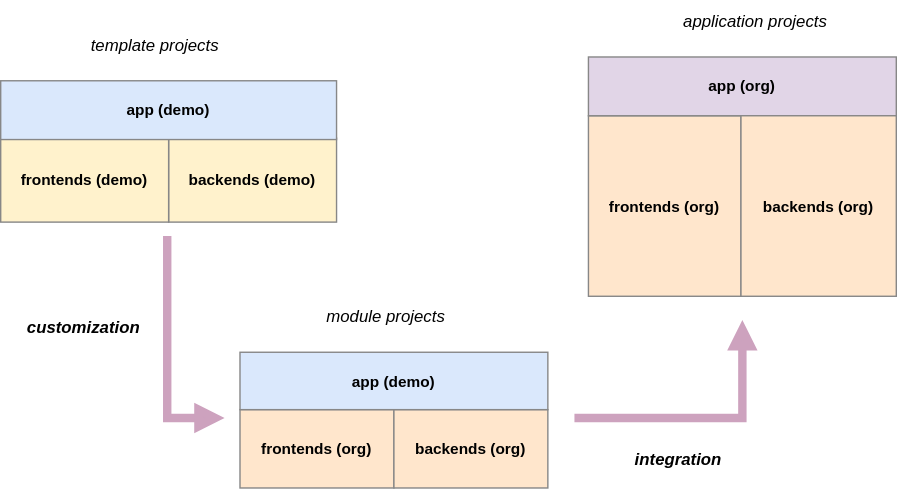
Above: docs/diagrams/pigal_development_cycle.drawio.svg in MalcomChumchouaPenda/Pigal-Flask (draw.io), before the change. Source tidied: cells renumbered, new cells last; positions are measured from the earlier drawing's top-left corner, leaving out a move shared by most shapes.
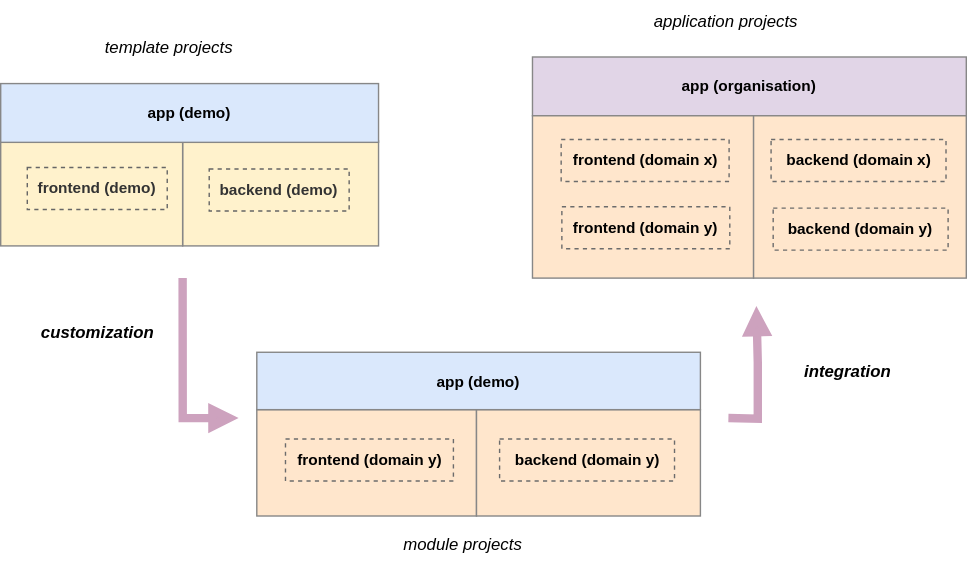
Above is the later version.

Change to the diagram source:
```diff
@@ -2,67 +2,86 @@
   <root>
     <mxCell id="0" />
     <mxCell id="1" parent="0" />
-    <mxCell id="2" value="backends (demo)" style="rounded=0;whiteSpace=wrap;html=1;fillColor=#fff2cc;strokeColor=#878787;fontStyle=1;fontSize=11;" parent="1" vertex="1">
-      <mxGeometry x="120" y="98" width="120" height="60" as="geometry" />
+    <mxCell id="2" style="rounded=0;whiteSpace=wrap;html=1;fillColor=#fff2cc;strokeColor=#878787;fontStyle=1;fontSize=11;" parent="1" vertex="1">
+      <mxGeometry x="120" y="100" width="140" height="75" as="geometry" />
     </mxCell>
-    <mxCell id="3" value="frontends (org)" style="rounded=0;whiteSpace=wrap;html=1;fillColor=#ffe6cc;strokeColor=#878787;fontStyle=1;fontSize=11;" parent="1" vertex="1">
-      <mxGeometry x="420" y="82" width="109" height="129" as="geometry" />
-    </mxCell>
-    <mxCell id="4" value="frontends (demo)" style="rounded=0;whiteSpace=wrap;html=1;fillColor=#fff2cc;strokeColor=#878787;fontStyle=1;fontSize=11;" parent="1" vertex="1">
-      <mxGeometry y="98" width="120" height="60" as="geometry" />
+    <mxCell id="4" style="rounded=0;whiteSpace=wrap;html=1;fillColor=#fff2cc;strokeColor=#878787;fontStyle=1;fontSize=11;" parent="1" vertex="1">
+      <mxGeometry x="-10" y="100" width="130" height="75" as="geometry" />
     </mxCell>
-    <mxCell id="5" style="edgeStyle=orthogonalEdgeStyle;rounded=0;orthogonalLoop=1;jettySize=auto;html=1;strokeWidth=6;strokeColor=#CDA2BE;endArrow=block;endFill=1;" parent="1" edge="1">
+    <mxCell id="5" style="rounded=0;orthogonalLoop=1;jettySize=auto;html=1;strokeWidth=6;strokeColor=#CDA2BE;endArrow=block;endFill=1;edgeStyle=orthogonalEdgeStyle;" parent="1" edge="1">
       <mxGeometry relative="1" as="geometry">
-        <mxPoint x="119" y="168" as="sourcePoint" />
+        <mxPoint x="120" y="198" as="sourcePoint" />
         <mxPoint x="160" y="298" as="targetPoint" />
         <Array as="points">
-          <mxPoint x="119" y="198" />
-          <mxPoint x="119" y="318" />
+          <mxPoint x="120" y="298" />
         </Array>
       </mxGeometry>
     </mxCell>
-    <mxCell id="6" value="frontends (org)" style="rounded=0;whiteSpace=wrap;html=1;fillColor=#ffe6cc;strokeColor=#878787;fontStyle=1;fontSize=11;" parent="1" vertex="1">
-      <mxGeometry x="171" y="292" width="110" height="56" as="geometry" />
+    <mxCell id="6" style="rounded=0;whiteSpace=wrap;html=1;fillColor=#ffe6cc;strokeColor=#878787;fontStyle=1;fontSize=11;" parent="1" vertex="1">
+      <mxGeometry x="173" y="292" width="157" height="76" as="geometry" />
     </mxCell>
-    <mxCell id="7" style="edgeStyle=orthogonalEdgeStyle;rounded=0;orthogonalLoop=1;jettySize=auto;html=1;strokeWidth=6;endArrow=block;endFill=1;strokeColor=#CDA2BE;" parent="1" edge="1">
+    <mxCell id="7" style="rounded=0;orthogonalLoop=1;jettySize=auto;html=1;strokeWidth=6;endArrow=block;endFill=1;strokeColor=#CDA2BE;edgeStyle=orthogonalEdgeStyle;" parent="1" edge="1">
       <mxGeometry relative="1" as="geometry">
-        <mxPoint x="410" y="298" as="sourcePoint" />
-        <mxPoint x="530" y="228" as="targetPoint" />
-        <Array as="points">
-          <mxPoint x="410" y="298" />
-          <mxPoint x="530" y="298" />
-        </Array>
+        <mxPoint x="510" y="298" as="sourcePoint" />
+        <mxPoint x="530" y="218" as="targetPoint" />
       </mxGeometry>
     </mxCell>
-    <mxCell id="8" value="app (org)" style="rounded=0;whiteSpace=wrap;html=1;fillColor=#e1d5e7;fontStyle=1;fontSize=11;strokeColor=#878787;" parent="1" vertex="1">
-      <mxGeometry x="420" y="40" width="220" height="42" as="geometry" />
+    <mxCell id="8" value="app (organisation)" style="rounded=0;whiteSpace=wrap;html=1;fillColor=#e1d5e7;fontStyle=1;fontSize=11;strokeColor=#878787;" parent="1" vertex="1">
+      <mxGeometry x="370" y="40" width="310" height="42" as="geometry" />
     </mxCell>
     <mxCell id="9" value="integration" style="text;html=1;strokeColor=none;fillColor=none;align=center;verticalAlign=middle;rounded=0;fontStyle=3;fontSize=12;" parent="1" vertex="1">
-      <mxGeometry x="439" y="313" width="90" height="30" as="geometry" />
+      <mxGeometry x="550" y="250" width="90" height="30" as="geometry" />
     </mxCell>
     <mxCell id="10" value="customization" style="text;html=1;strokeColor=none;fillColor=none;align=center;verticalAlign=middle;rounded=0;fontStyle=3;fontSize=12;" parent="1" vertex="1">
-      <mxGeometry x="9" y="218.5" width="100" height="30" as="geometry" />
+      <mxGeometry x="9" y="221.5" width="100" height="30" as="geometry" />
     </mxCell>
     <mxCell id="11" value="module projects" style="text;html=1;strokeColor=none;fillColor=none;align=center;verticalAlign=middle;rounded=0;fontStyle=2;fontSize=12;" parent="1" vertex="1">
-      <mxGeometry x="195" y="211" width="160" height="30" as="geometry" />
+      <mxGeometry x="262" y="374" width="115" height="30" as="geometry" />
     </mxCell>
     <mxCell id="12" value="template projects" style="text;html=1;strokeColor=none;fillColor=none;align=center;verticalAlign=middle;rounded=0;fontStyle=2;fontSize=12;" parent="1" vertex="1">
-      <mxGeometry x="29.5" y="17" width="160" height="30" as="geometry" />
+      <mxGeometry x="29.5" y="19" width="160" height="30" as="geometry" />
     </mxCell>
     <mxCell id="13" value="application projects" style="text;html=1;strokeColor=none;fillColor=none;align=center;verticalAlign=middle;rounded=0;fontStyle=2;fontSize=12;" parent="1" vertex="1">
-      <mxGeometry x="459" width="160" height="30" as="geometry" />
+      <mxGeometry x="428" width="160" height="30" as="geometry" />
     </mxCell>
     <mxCell id="14" value="app (demo)" style="rounded=0;whiteSpace=wrap;html=1;fillColor=#dae8fc;fontStyle=1;fontSize=11;strokeColor=#878787;" parent="1" vertex="1">
-      <mxGeometry y="57" width="240" height="42" as="geometry" />
+      <mxGeometry x="-10" y="59" width="270" height="42" as="geometry" />
     </mxCell>
-    <mxCell id="15" value="backends (org)" style="rounded=0;whiteSpace=wrap;html=1;fillColor=#ffe6cc;strokeColor=#878787;fontStyle=1;fontSize=11;" parent="1" vertex="1">
-      <mxGeometry x="281" y="292" width="110" height="56" as="geometry" />
+    <mxCell id="15" style="rounded=0;whiteSpace=wrap;html=1;fillColor=#ffe6cc;strokeColor=#878787;fontStyle=1;fontSize=11;" parent="1" vertex="1">
+      <mxGeometry x="330" y="292" width="160" height="76" as="geometry" />
     </mxCell>
     <mxCell id="16" value="app (demo)" style="rounded=0;whiteSpace=wrap;html=1;fillColor=#dae8fc;fontStyle=1;fontSize=11;strokeColor=#878787;" parent="1" vertex="1">
-      <mxGeometry x="171" y="251" width="220" height="41" as="geometry" />
+      <mxGeometry x="173" y="251" width="317" height="41" as="geometry" />
     </mxCell>
-    <mxCell id="17" value="backends (org)" style="rounded=0;whiteSpace=wrap;html=1;fillColor=#ffe6cc;strokeColor=#878787;fontStyle=1;fontSize=11;" parent="1" vertex="1">
-      <mxGeometry x="529" y="82" width="111" height="129" as="geometry" />
-    </mxCell>
+    <mxCell id="18" style="rounded=0;whiteSpace=wrap;html=1;fillColor=#ffe6cc;strokeColor=#878787;fontStyle=1;fontSize=11;" parent="1" vertex="1">
+      <mxGeometry x="370" y="82" width="158" height="116" as="geometry" />
+    </mxCell>
+    <mxCell id="19" style="rounded=0;whiteSpace=wrap;html=1;fillColor=#ffe6cc;strokeColor=#878787;fontStyle=1;fontSize=11;" parent="1" vertex="1">
+      <mxGeometry x="528" y="82" width="152" height="116" as="geometry" />
+    </mxCell>
+    <mxCell id="20" value="frontend (demo)" style="text;html=1;align=center;verticalAlign=middle;whiteSpace=wrap;rounded=0;fontSize=11;fontStyle=1;dashed=1;fillColor=none;fontColor=#333333;strokeColor=#666666;" parent="1" vertex="1">
+      <mxGeometry x="9" y="119" width="100" height="30" as="geometry" />
+    </mxCell>
+    <mxCell id="21" value="frontend (domain x)" style="text;html=1;align=center;verticalAlign=middle;whiteSpace=wrap;rounded=0;fontSize=11;fontStyle=1;fillColor=none;strokeColor=#6C6C6C;dashed=1;" parent="1" vertex="1">
+      <mxGeometry x="390.5" y="99" width="120" height="30" as="geometry" />
+    </mxCell>
+    <mxCell id="22" value="backend (domain x)" style="text;html=1;align=center;verticalAlign=middle;whiteSpace=wrap;rounded=0;fontSize=11;fontStyle=1;fillColor=none;strokeColor=#6C6C6C;dashed=1;" parent="1" vertex="1">
+      <mxGeometry x="540.5" y="99" width="125" height="30" as="geometry" />
+    </mxCell>
+    <mxCell id="23" value="frontend (domain y)" style="text;html=1;align=center;verticalAlign=middle;whiteSpace=wrap;rounded=0;fontSize=11;fontStyle=1;fillColor=none;strokeColor=#6C6C6C;dashed=1;" parent="1" vertex="1">
+      <mxGeometry x="391" y="147" width="120" height="30" as="geometry" />
+    </mxCell>
+    <mxCell id="24" value="backend (domain y)" style="text;html=1;align=center;verticalAlign=middle;whiteSpace=wrap;rounded=0;fontSize=11;fontStyle=1;fillColor=none;strokeColor=#6C6C6C;dashed=1;" parent="1" vertex="1">
+      <mxGeometry x="542" y="148" width="125" height="30" as="geometry" />
+    </mxCell>
+    <mxCell id="25" value="frontend (domain y)" style="text;html=1;align=center;verticalAlign=middle;whiteSpace=wrap;rounded=0;fontSize=11;fontStyle=1;fillColor=none;strokeColor=#6C6C6C;dashed=1;" parent="1" vertex="1">
+      <mxGeometry x="193.5" y="313" width="120" height="30" as="geometry" />
+    </mxCell>
+    <mxCell id="26" value="backend (domain y)" style="text;html=1;align=center;verticalAlign=middle;whiteSpace=wrap;rounded=0;fontSize=11;fontStyle=1;fillColor=none;strokeColor=#6C6C6C;dashed=1;" parent="1" vertex="1">
+      <mxGeometry x="346.5" y="313" width="125" height="30" as="geometry" />
+    </mxCell>
+    <mxCell id="27" value="backend (demo)" style="text;html=1;align=center;verticalAlign=middle;whiteSpace=wrap;rounded=0;fontSize=11;fontStyle=1;dashed=1;fillColor=none;fontColor=#333333;strokeColor=#666666;" parent="1" vertex="1">
+      <mxGeometry x="139" y="120" width="100" height="30" as="geometry" />
+    </mxCell>
   </root>
 </mxGraphModel>
```
